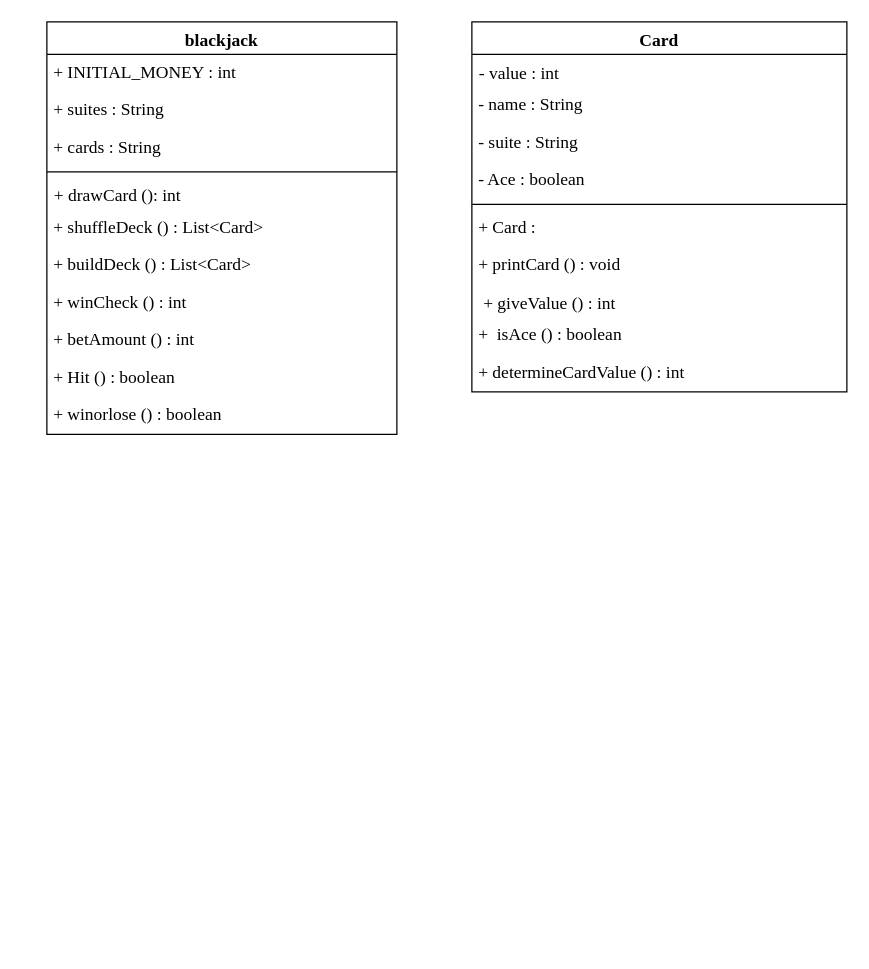
Before: Untitled Diagram.drawio in Jiramet1324/000, a draw.io diagram. Source tidied: cells renumbered, new cells numbered last; positions are measured from the earlier drawing's top-left corner, leaving out a move shared by most shapes. Both pictures are drawn from the tidied source at 125%, with x=0, y=0 at pixel (46, 21).
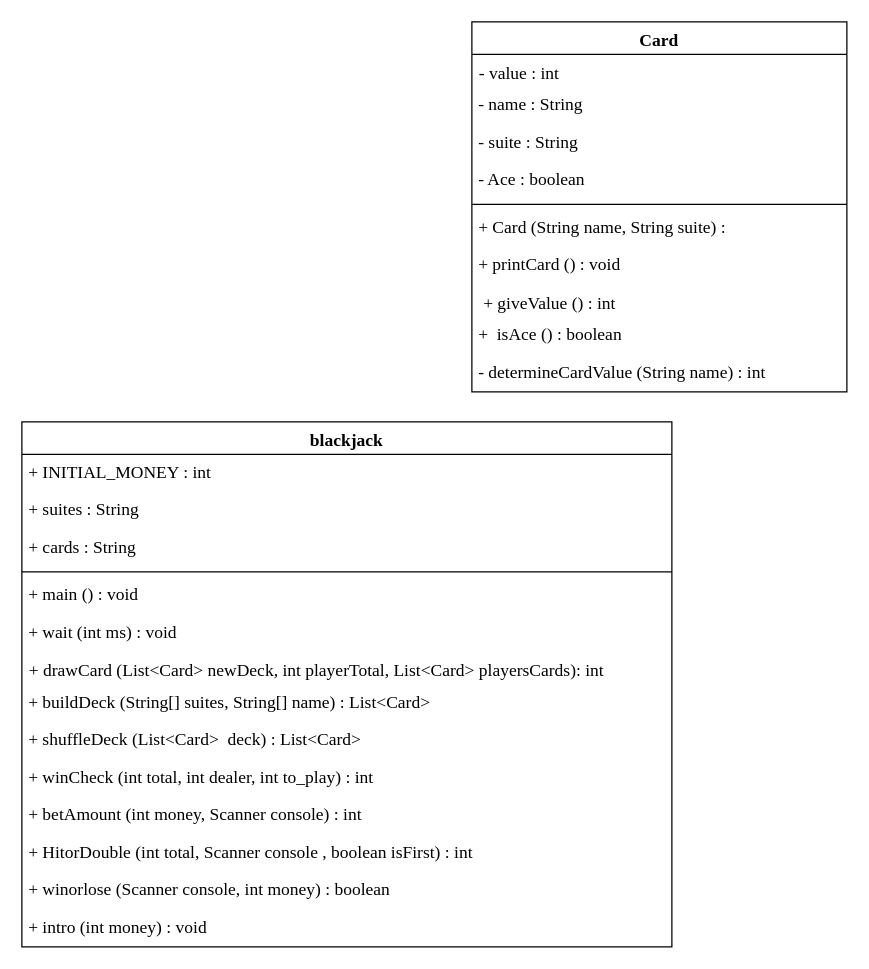
After the change.

The change refers to these unchanged cells:
```xml
<mxCell id="14" value="Card" style="swimlane;fontStyle=1;align=center;verticalAlign=top;horizontal=1;startSize=26;labelBackgroundColor=none;fontFamily=Times New Roman;fontSize=14;fontColor=default;" parent="1" vertex="1">
  <mxGeometry x="340" width="300" height="296" as="geometry" />
</mxCell>
```

Change to the diagram source:
```diff
@@
     <mxCell id="2" value="blackjack" style="swimlane;fontStyle=1;align=center;verticalAlign=top;horizontal=1;startSize=26;fontFamily=Times New Roman;fontSize=14;" parent="1" vertex="1">
-      <mxGeometry width="280" height="330" as="geometry" />
+      <mxGeometry x="-20" y="320" width="520" height="420" as="geometry" />
     </mxCell>
     <mxCell id="3" value="&lt;span&gt;&amp;nbsp;+ INITIAL_MONEY :&amp;nbsp;int&amp;nbsp;&lt;/span&gt;" style="text;html=1;strokeColor=none;fillColor=none;align=left;verticalAlign=middle;whiteSpace=wrap;rounded=0;labelBackgroundColor=none;fontFamily=Times New Roman;fontSize=14;fontColor=default;" parent="2" vertex="1">
-      <mxGeometry y="26" width="280" height="30" as="geometry" />
+      <mxGeometry y="26" width="520" height="30" as="geometry" />
     </mxCell>
     <mxCell id="4" value="&lt;font style=&quot;font-size: 14px&quot;&gt;&amp;nbsp;+ suites : String&lt;/font&gt;" style="text;html=1;strokeColor=none;fillColor=none;align=left;verticalAlign=middle;whiteSpace=wrap;rounded=0;fontFamily=Times New Roman;fontSize=14;" parent="2" vertex="1">
-      <mxGeometry y="56" width="280" height="30" as="geometry" />
+      <mxGeometry y="56" width="520" height="30" as="geometry" />
     </mxCell>
     <mxCell id="5" value="&amp;nbsp;+ cards : String" style="text;html=1;strokeColor=none;fillColor=none;align=left;verticalAlign=middle;whiteSpace=wrap;rounded=0;fontFamily=Times New Roman;fontSize=14;" parent="2" vertex="1">
-      <mxGeometry y="86" width="280" height="30" as="geometry" />
+      <mxGeometry y="86" width="520" height="30" as="geometry" />
     </mxCell>
     <mxCell id="6" style="line;strokeWidth=1;fillColor=none;align=left;verticalAlign=middle;spacingTop=-1;spacingLeft=3;spacingRight=3;labelPosition=right;fontFamily=Times New Roman;fontSize=14;" parent="2" vertex="1">
-      <mxGeometry y="116" width="280" height="8" as="geometry" />
+      <mxGeometry y="116" width="520" height="8" as="geometry" />
     </mxCell>
+    <mxCell id="25" value="&lt;font face=&quot;Times New Roman&quot; style=&quot;font-size: 14px&quot;&gt;&amp;nbsp;+ main () : void&lt;/font&gt;" style="text;html=1;strokeColor=none;fillColor=none;align=left;verticalAlign=middle;whiteSpace=wrap;rounded=0;" parent="2" vertex="1">
+      <mxGeometry y="124" width="520" height="30" as="geometry" />
+    </mxCell>
+    <mxCell id="26" value="&amp;nbsp;+ wait (int ms) : void" style="text;html=1;strokeColor=none;fillColor=none;align=left;verticalAlign=middle;whiteSpace=wrap;rounded=0;fontFamily=Times New Roman;fontSize=14;" parent="2" vertex="1">
+      <mxGeometry y="154" width="520" height="30" as="geometry" />
+    </mxCell>
-    <mxCell id="7" value="+ drawCard (): int" style="text;strokeColor=none;fillColor=none;align=left;verticalAlign=top;spacingLeft=4;spacingRight=4;overflow=hidden;fontFamily=Times New Roman;fontSize=14;" parent="2" vertex="1">
-      <mxGeometry y="124" width="280" height="26" as="geometry" />
+    <mxCell id="7" value="+ drawCard (List&lt;Card&gt; newDeck, int playerTotal, List&lt;Card&gt; playersCards): int" style="text;strokeColor=none;fillColor=none;align=left;verticalAlign=top;spacingLeft=4;spacingRight=4;overflow=hidden;fontFamily=Times New Roman;fontSize=14;" parent="2" vertex="1">
+      <mxGeometry y="184" width="520" height="26" as="geometry" />
     </mxCell>
+    <mxCell id="9" value="&amp;nbsp;+ buildDeck (String[] suites, String[] name) :&amp;nbsp;List&amp;lt;Card&amp;gt;&amp;nbsp;" style="text;html=1;strokeColor=none;fillColor=none;align=left;verticalAlign=middle;whiteSpace=wrap;rounded=0;labelBackgroundColor=none;fontFamily=Times New Roman;fontSize=14;fontColor=default;" parent="2" vertex="1">
+      <mxGeometry y="210" width="520" height="30" as="geometry" />
+    </mxCell>
-    <mxCell id="8" value="&amp;nbsp;+ shuffleDeck () :&amp;nbsp;List&amp;lt;Card&amp;gt;&amp;nbsp;" style="text;html=1;strokeColor=none;fillColor=none;align=left;verticalAlign=middle;whiteSpace=wrap;rounded=0;labelBackgroundColor=none;fontFamily=Times New Roman;fontSize=14;fontColor=default;" parent="2" vertex="1">
-      <mxGeometry y="150" width="280" height="30" as="geometry" />
+    <mxCell id="8" value="&amp;nbsp;+ shuffleDeck (List&amp;lt;Card&amp;gt;&amp;nbsp; deck) :&amp;nbsp;List&amp;lt;Card&amp;gt;&amp;nbsp;" style="text;html=1;strokeColor=none;fillColor=none;align=left;verticalAlign=middle;whiteSpace=wrap;rounded=0;labelBackgroundColor=none;fontFamily=Times New Roman;fontSize=14;fontColor=default;" parent="2" vertex="1">
+      <mxGeometry y="240" width="520" height="30" as="geometry" />
     </mxCell>
-    <mxCell id="9" value="&amp;nbsp;+ buildDeck () :&amp;nbsp;List&amp;lt;Card&amp;gt;&amp;nbsp;" style="text;html=1;strokeColor=none;fillColor=none;align=left;verticalAlign=middle;whiteSpace=wrap;rounded=0;labelBackgroundColor=none;fontFamily=Times New Roman;fontSize=14;fontColor=default;" parent="2" vertex="1">
-      <mxGeometry y="180" width="280" height="30" as="geometry" />
-    </mxCell>
-    <mxCell id="10" value="&amp;nbsp;+ winCheck () : int" style="text;html=1;strokeColor=none;fillColor=none;align=left;verticalAlign=middle;whiteSpace=wrap;rounded=0;labelBackgroundColor=none;fontFamily=Times New Roman;fontSize=14;fontColor=default;" parent="2" vertex="1">
-      <mxGeometry y="210" width="280" height="30" as="geometry" />
+    <mxCell id="10" value="&amp;nbsp;+ winCheck (int total, int dealer, int to_play) : int" style="text;html=1;strokeColor=none;fillColor=none;align=left;verticalAlign=middle;whiteSpace=wrap;rounded=0;labelBackgroundColor=none;fontFamily=Times New Roman;fontSize=14;fontColor=default;" parent="2" vertex="1">
+      <mxGeometry y="270" width="520" height="30" as="geometry" />
     </mxCell>
-    <mxCell id="11" value="&amp;nbsp;+ betAmount () : int" style="text;html=1;strokeColor=none;fillColor=none;align=left;verticalAlign=middle;whiteSpace=wrap;rounded=0;labelBackgroundColor=none;fontFamily=Times New Roman;fontSize=14;fontColor=default;" parent="2" vertex="1">
-      <mxGeometry y="240" width="280" height="30" as="geometry" />
+    <mxCell id="11" value="&amp;nbsp;+ betAmount (int money, Scanner console) : int" style="text;html=1;strokeColor=none;fillColor=none;align=left;verticalAlign=middle;whiteSpace=wrap;rounded=0;labelBackgroundColor=none;fontFamily=Times New Roman;fontSize=14;fontColor=default;" parent="2" vertex="1">
+      <mxGeometry y="300" width="520" height="30" as="geometry" />
     </mxCell>
-    <mxCell id="12" value="&amp;nbsp;+ Hit () : boolean" style="text;html=1;strokeColor=none;fillColor=none;align=left;verticalAlign=middle;whiteSpace=wrap;rounded=0;labelBackgroundColor=none;fontFamily=Times New Roman;fontSize=14;fontColor=default;" parent="2" vertex="1">
-      <mxGeometry y="270" width="280" height="30" as="geometry" />
+    <mxCell id="12" value="&amp;nbsp;+ HitorDouble (int total, Scanner console , boolean isFirst) : int" style="text;html=1;strokeColor=none;fillColor=none;align=left;verticalAlign=middle;whiteSpace=wrap;rounded=0;labelBackgroundColor=none;fontFamily=Times New Roman;fontSize=14;fontColor=default;" parent="2" vertex="1">
+      <mxGeometry y="330" width="520" height="30" as="geometry" />
     </mxCell>
-    <mxCell id="13" value="&amp;nbsp;+&amp;nbsp;winorlose () : boolean" style="text;html=1;strokeColor=none;fillColor=none;align=left;verticalAlign=middle;whiteSpace=wrap;rounded=0;labelBackgroundColor=none;fontFamily=Times New Roman;fontSize=14;fontColor=default;" parent="2" vertex="1">
-      <mxGeometry y="300" width="280" height="30" as="geometry" />
+    <mxCell id="13" value="&amp;nbsp;+&amp;nbsp;winorlose (Scanner console, int money) : boolean" style="text;html=1;strokeColor=none;fillColor=none;align=left;verticalAlign=middle;whiteSpace=wrap;rounded=0;labelBackgroundColor=none;fontFamily=Times New Roman;fontSize=14;fontColor=default;" parent="2" vertex="1">
+      <mxGeometry y="360" width="520" height="30" as="geometry" />
     </mxCell>
+    <mxCell id="27" value="&amp;nbsp;+ intro (int money) : void" style="text;html=1;strokeColor=none;fillColor=none;align=left;verticalAlign=middle;whiteSpace=wrap;rounded=0;fontFamily=Times New Roman;fontSize=14;" parent="2" vertex="1">
+      <mxGeometry y="390" width="520" height="30" as="geometry" />
+    </mxCell>
@@
-    <mxCell id="20" value="&amp;nbsp;+&amp;nbsp;Card :" style="text;html=1;strokeColor=none;fillColor=none;align=left;verticalAlign=middle;whiteSpace=wrap;rounded=0;labelBackgroundColor=none;fontFamily=Times New Roman;fontSize=14;fontColor=default;" parent="14" vertex="1">
+    <mxCell id="20" value="&amp;nbsp;+&amp;nbsp;Card (String name, String suite) :" style="text;html=1;strokeColor=none;fillColor=none;align=left;verticalAlign=middle;whiteSpace=wrap;rounded=0;labelBackgroundColor=none;fontFamily=Times New Roman;fontSize=14;fontColor=default;" parent="14" vertex="1">
       <mxGeometry y="150" width="300" height="30" as="geometry" />
     </mxCell>
@@
-    <mxCell id="24" value="&amp;nbsp;+&amp;nbsp;determineCardValue () : int" style="text;html=1;strokeColor=none;fillColor=none;align=left;verticalAlign=middle;whiteSpace=wrap;rounded=0;labelBackgroundColor=none;fontFamily=Times New Roman;fontSize=14;fontColor=default;" parent="14" vertex="1">
+    <mxCell id="24" value="&amp;nbsp;- determineCardValue (String name) : int" style="text;html=1;strokeColor=none;fillColor=none;align=left;verticalAlign=middle;whiteSpace=wrap;rounded=0;labelBackgroundColor=none;fontFamily=Times New Roman;fontSize=14;fontColor=default;" parent="14" vertex="1">
       <mxGeometry y="266" width="300" height="30" as="geometry" />
     </mxCell>
```
